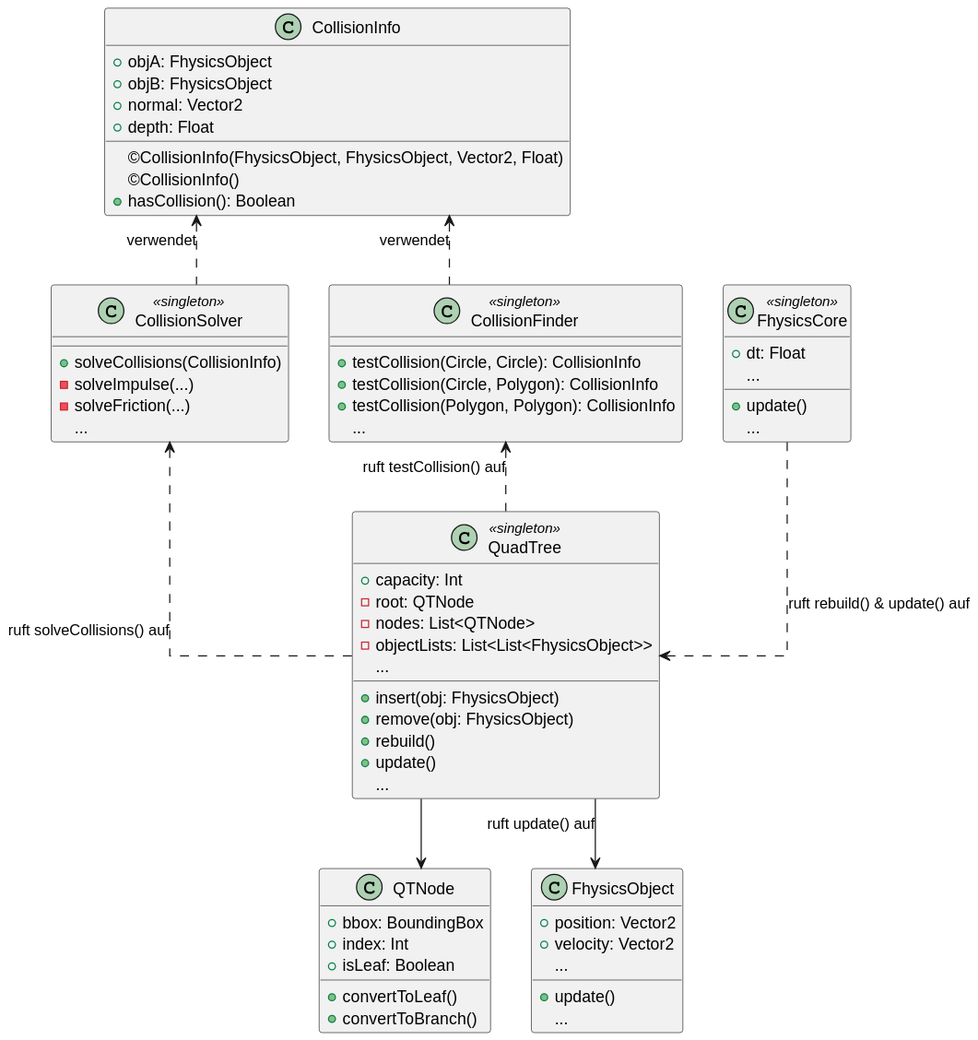
Above: diagrams/simplified-de.svg in OfficerYoda/Fhysics (PlantUML), before the change. The source it was exported from:
```plantuml
@startuml

skinparam linetype ortho

class FhysicsCore << singleton >> {
    + dt: Float
    {field} ...
    + update()
    {method} ...
}

class QuadTree << singleton >> {
    + capacity: Int
    - root: QTNode
    - nodes: List<QTNode>
    - objectLists: List<List<FhysicsObject>>
    {field} ...
    + insert(obj: FhysicsObject)
    + remove(obj: FhysicsObject)
    + rebuild()
    + update()
    {method} ...
}

class QTNode {
    + bbox: BoundingBox
    + index: Int
    + isLeaf: Boolean
    + convertToLeaf()
    + convertToBranch()
}

class CollisionFinder << singleton >> {
    + testCollision(Circle, Circle): CollisionInfo
    + testCollision(Circle, Polygon): CollisionInfo
    + testCollision(Polygon, Polygon): CollisionInfo
    {method} ...
}

class CollisionSolver << singleton >> {
    + solveCollisions(CollisionInfo)
    - solveImpulse(...)
    - solveFriction(...)
    {method} ...
}

class CollisionInfo {
    + objA: FhysicsObject
    + objB: FhysicsObject
    + normal: Vector2
    + depth: Float
    ©CollisionInfo(FhysicsObject, FhysicsObject, Vector2, Float)
    ©CollisionInfo()
    + hasCollision(): Boolean
}

class FhysicsObject {
    + position: Vector2
    + velocity: Vector2
    {field} ...
    + update()
    {method} ...
}

FhysicsCore ..> QuadTree : ruft rebuild() & update() auf
QuadTree --> QTNode
QuadTree --> FhysicsObject: ruft update() auf
QuadTree .u.> CollisionFinder : ruft testCollision() auf
QuadTree .u.> CollisionSolver : ruft solveCollisions() auf
CollisionFinder .u.> CollisionInfo : verwendet
CollisionSolver .u.> CollisionInfo : verwendet
@enduml
```
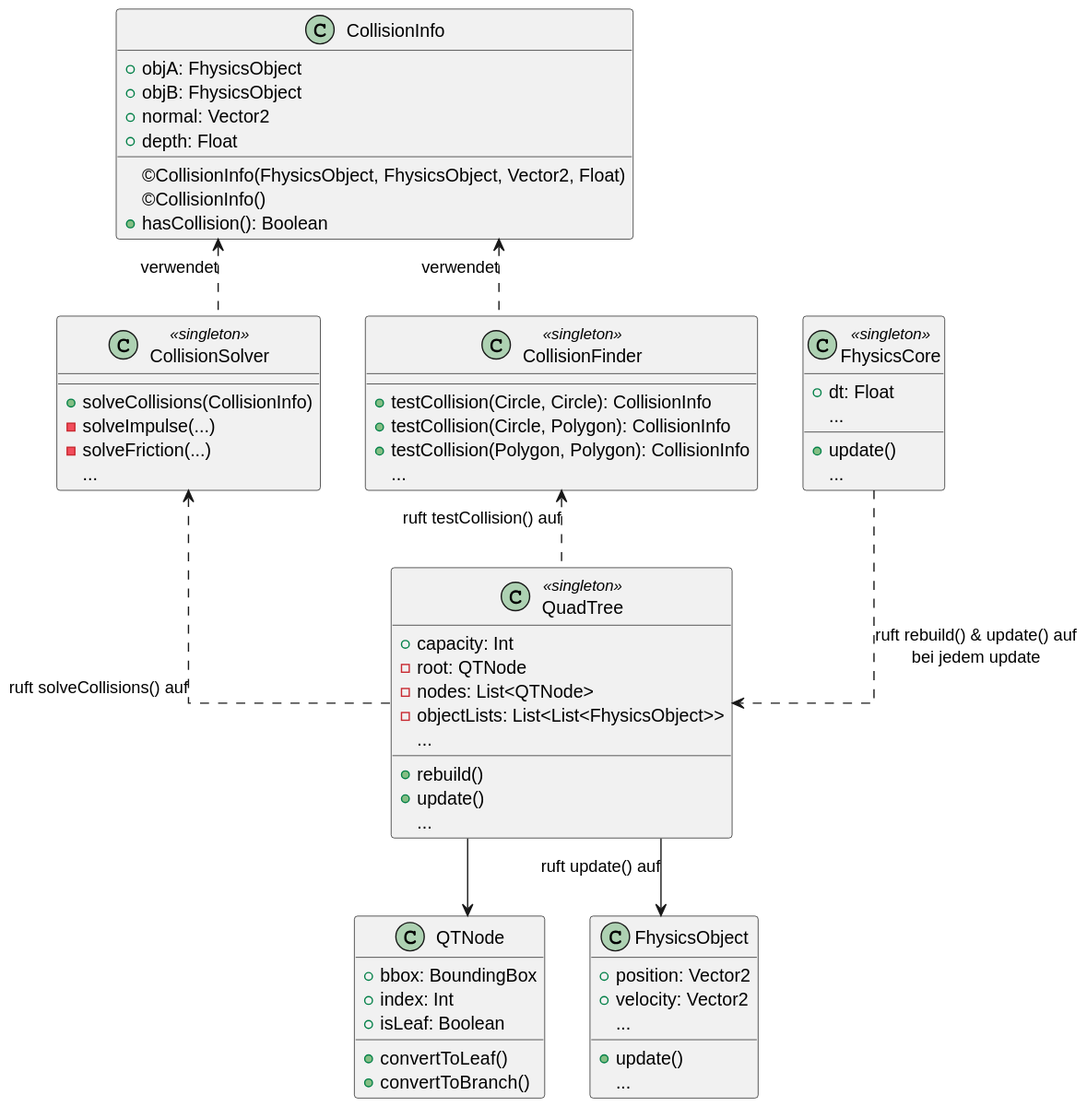
Later version of the same file.

Commit message:
created simplified-en diagram

The edit, as a diff of the source:
```diff
@@ -1,5 +1,4 @@
 @startuml
-
 skinparam linetype ortho
 
 class FhysicsCore << singleton >> {
@@ -15,8 +14,6 @@
     - nodes: List<QTNode>
     - objectLists: List<List<FhysicsObject>>
     {field} ...
-    + insert(obj: FhysicsObject)
-    + remove(obj: FhysicsObject)
     + rebuild()
     + update()
     {method} ...
@@ -62,7 +59,7 @@
     {method} ...
 }
 
-FhysicsCore ..> QuadTree : ruft rebuild() & update() auf
+FhysicsCore ..> QuadTree : ruft rebuild() & update() auf\nbei jedem update
 QuadTree --> QTNode
 QuadTree --> FhysicsObject: ruft update() auf
 QuadTree .u.> CollisionFinder : ruft testCollision() auf
```
